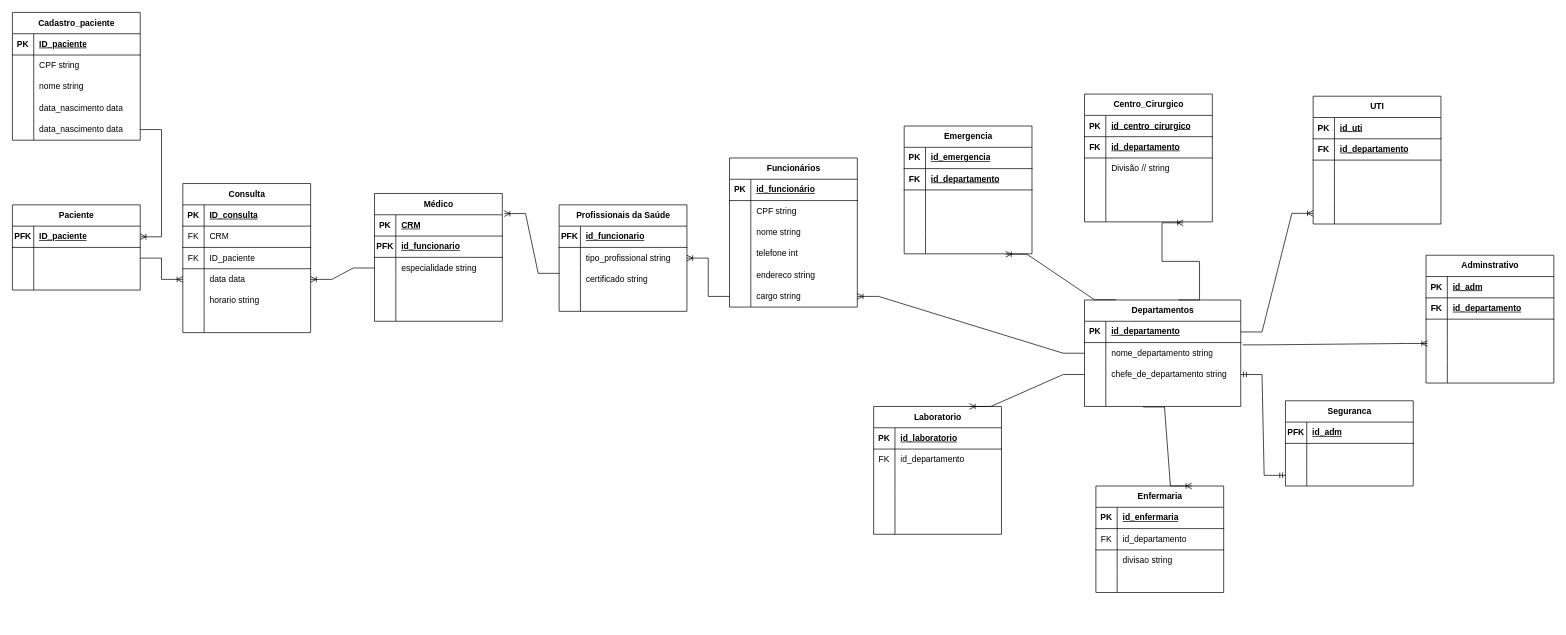
This is Modelo Relacional/Modelo Lógico.drawio from rafasilva9537/projeto_Hospital_BD, a draw.io file, before an edit. Source tidied: cells renumbered, new cells numbered last; positions are measured from the earlier drawing's top-left corner, leaving out a move shared by most shapes. Both pictures are drawn from the tidied source at 71%, with x=0, y=0 at pixel (12, 12).
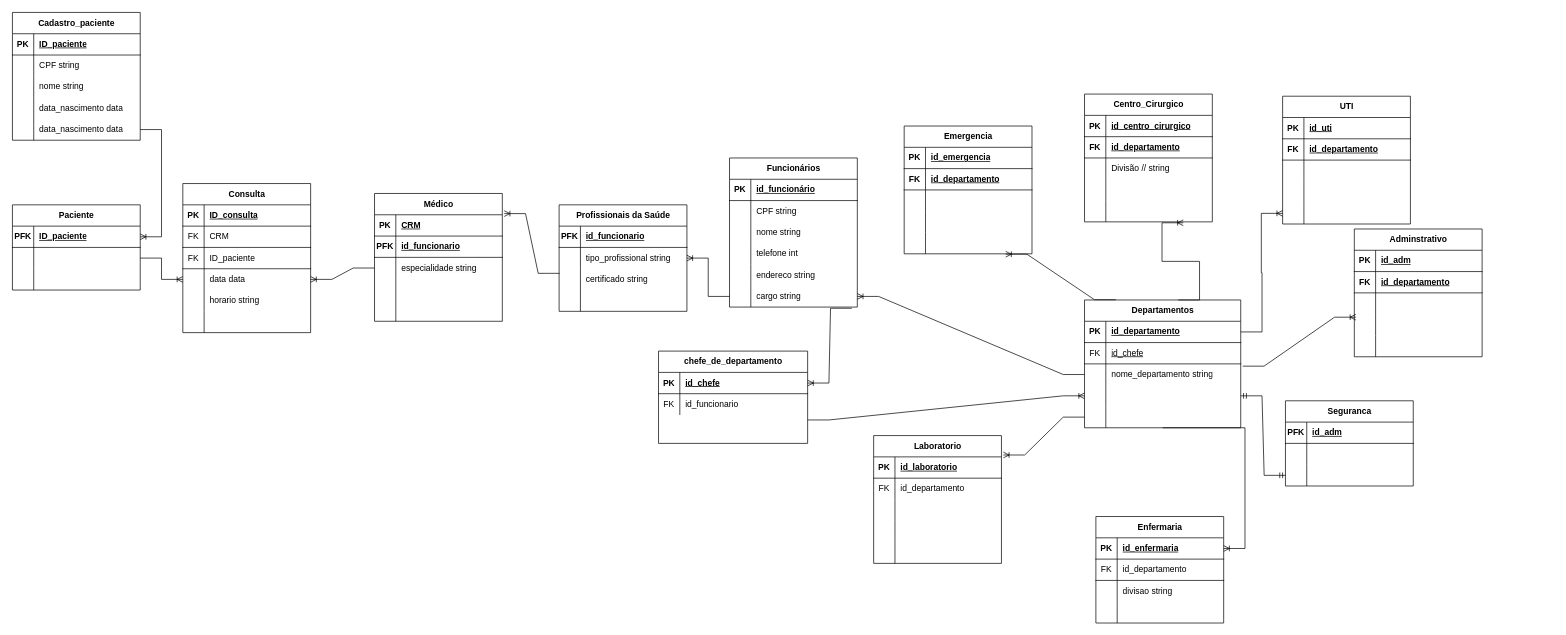
Above is the later version.

The change refers to these unchanged cells:
```xml
<mxCell id="31" style="shape=tableRow;horizontal=0;startSize=0;swimlaneHead=0;swimlaneBody=0;fillColor=none;points=[[0,0.5],[1,0.5]];portConstraint=eastwest;top=0;left=0;right=0;bottom=0;" parent="15" vertex="1">
  <mxGeometry y="180" width="180" height="30" as="geometry" />
</mxCell>
<mxCell id="51" style="shape=tableRow;horizontal=0;startSize=0;swimlaneHead=0;swimlaneBody=0;fillColor=none;points=[[0,0.5],[1,0.5]];portConstraint=eastwest;top=0;left=0;right=0;bottom=1;" parent="50" vertex="1">
  <mxGeometry y="30" width="180" height="30" as="geometry" />
</mxCell>
```

Diff of the diagram source:
```diff
@@
     <mxCell id="2" value="Departamentos" style="shape=table;startSize=30;childLayout=tableLayout;rowLines=0;fontStyle=1;align=center;html=1;" parent="1" vertex="1">
-      <mxGeometry x="1510" y="405" width="220" height="150" as="geometry" />
+      <mxGeometry x="1510" y="405" width="220" height="180" as="geometry" />
     </mxCell>
@@
+    <mxCell id="224" style="shape=tableRow;horizontal=0;startSize=0;swimlaneHead=0;swimlaneBody=0;fillColor=none;top=0;left=0;right=0;bottom=1;" parent="2" vertex="1">
+      <mxGeometry y="60" width="220" height="30" as="geometry" />
+    </mxCell>
+    <mxCell id="225" value="FK" style="shape=partialRectangle;fillColor=none;top=0;left=0;bottom=0;right=0;fontStyle=0;overflow=hidden;whiteSpace=wrap;html=1;" parent="224" vertex="1">
+      <mxGeometry width="30" height="30" as="geometry" />
+    </mxCell>
+    <mxCell id="226" value="id_chefe" style="shape=partialRectangle;fillColor=none;top=0;left=0;bottom=0;right=0;align=left;spacingLeft=6;fontStyle=4;overflow=hidden;whiteSpace=wrap;html=1;" parent="224" vertex="1">
+      <mxGeometry x="30" width="190" height="30" as="geometry" />
+    </mxCell>
     <mxCell id="6" style="shape=tableRow;horizontal=0;startSize=0;swimlaneHead=0;swimlaneBody=0;fillColor=none;points=[[0,0.5],[1,0.5]];portConstraint=eastwest;top=0;left=0;right=0;bottom=0;" parent="2" vertex="1">
-      <mxGeometry y="60" width="220" height="30" as="geometry" />
+      <mxGeometry y="90" width="220" height="30" as="geometry" />
     </mxCell>
@@
     <mxCell id="9" style="shape=tableRow;horizontal=0;startSize=0;swimlaneHead=0;swimlaneBody=0;fillColor=none;points=[[0,0.5],[1,0.5]];portConstraint=eastwest;top=0;left=0;right=0;bottom=0;" parent="2" vertex="1">
-      <mxGeometry y="90" width="220" height="30" as="geometry" />
+      <mxGeometry y="120" width="220" height="30" as="geometry" />
     </mxCell>
@@
-    <mxCell id="11" value="chefe_de_departamento string" style="shape=partialRectangle;fillColor=none;top=0;left=0;bottom=0;right=0;align=left;spacingLeft=6;overflow=hidden;whiteSpace=wrap;html=1;" parent="9" vertex="1">
+    <mxCell id="11" style="shape=partialRectangle;fillColor=none;top=0;left=0;bottom=0;right=0;align=left;spacingLeft=6;overflow=hidden;whiteSpace=wrap;html=1;" parent="9" vertex="1">
       <mxGeometry x="30" width="190" height="30" as="geometry" />
     </mxCell>
     <mxCell id="12" style="shape=tableRow;horizontal=0;startSize=0;swimlaneHead=0;swimlaneBody=0;fillColor=none;points=[[0,0.5],[1,0.5]];portConstraint=eastwest;top=0;left=0;right=0;bottom=0;" parent="2" vertex="1">
-      <mxGeometry y="120" width="220" height="30" as="geometry" />
+      <mxGeometry y="150" width="220" height="30" as="geometry" />
     </mxCell>
@@
     <mxCell id="34" value="Adminstrativo" style="shape=table;startSize=30;childLayout=tableLayout;rowLines=0;fontStyle=1;align=center;html=1;" parent="1" vertex="1">
-      <mxGeometry x="1991" y="342" width="180" height="180" as="geometry" />
+      <mxGeometry x="1890" y="305" width="180" height="180" as="geometry" />
     </mxCell>
@@
     <mxCell id="50" value="Enfermaria" style="shape=table;startSize=30;childLayout=tableLayout;rowLines=0;fontStyle=1;align=center;html=1;" parent="1" vertex="1">
-      <mxGeometry x="1526" y="667" width="180" height="150" as="geometry" />
+      <mxGeometry x="1526" y="710" width="180" height="150" as="geometry" />
     </mxCell>
@@
     <mxCell id="126" value="UTI" style="shape=table;startSize=30;childLayout=tableLayout;rowLines=0;fontStyle=1;align=center;html=1;" parent="1" vertex="1">
-      <mxGeometry x="1832" y="118" width="180" height="180" as="geometry" />
+      <mxGeometry x="1789" y="118" width="180" height="180" as="geometry" />
     </mxCell>
@@
     <mxCell id="158" value="Laboratorio" style="shape=table;startSize=30;childLayout=tableLayout;rowLines=0;fontStyle=1;align=center;html=1;" parent="1" vertex="1">
-      <mxGeometry x="1213" y="555" width="180" height="180" as="geometry" />
+      <mxGeometry x="1213" y="596" width="180" height="180" as="geometry" />
     </mxCell>
@@
-    <mxCell id="190" style="edgeStyle=entityRelationEdgeStyle;fontSize=12;html=1;endArrow=ERoneToMany;rounded=0;exitX=0.459;exitY=1.122;exitDx=0;exitDy=0;exitPerimeter=0;entryX=0.75;entryY=0;entryDx=0;entryDy=0;" parent="1" edge="1" target="50">
+    <mxCell id="190" style="edgeStyle=entityRelationEdgeStyle;fontSize=12;html=1;endArrow=ERoneToMany;rounded=0;" parent="1" edge="1" target="51">
       <mxGeometry relative="1" as="geometry">
-        <mxPoint x="1592.6" y="555.7" as="sourcePoint" />
+        <mxPoint x="1620" y="585" as="sourcePoint" />
       </mxGeometry>
     </mxCell>
@@
-    <mxCell id="204" style="edgeStyle=entityRelationEdgeStyle;fontSize=12;html=1;endArrow=ERoneToMany;rounded=0;exitX=0;exitY=0.5;exitDx=0;exitDy=0;entryX=0.75;entryY=0;entryDx=0;entryDy=0;" parent="1" edge="1" source="9" target="158">
-      <mxGeometry relative="1" as="geometry" />
+    <mxCell id="204" style="edgeStyle=entityRelationEdgeStyle;fontSize=12;html=1;endArrow=ERoneToMany;rounded=0;exitX=0;exitY=0.5;exitDx=0;exitDy=0;entryX=1.015;entryY=0.152;entryDx=0;entryDy=0;entryPerimeter=0;" parent="1" edge="1" source="12" target="158">
+      <mxGeometry relative="1" as="geometry">
+        <Array as="points">
+          <mxPoint x="1400" y="615" />
+        </Array>
+      </mxGeometry>
     </mxCell>
@@
+    <mxCell id="227" value="chefe_de_departamento" style="shape=table;startSize=30;childLayout=tableLayout;rowLines=0;fontStyle=1;align=center;html=1;" parent="1" vertex="1">
+      <mxGeometry x="910" y="477" width="210" height="130" as="geometry" />
+    </mxCell>
+    <mxCell id="228" style="shape=tableRow;horizontal=0;startSize=0;swimlaneHead=0;swimlaneBody=0;fillColor=none;points=[[0,0.5],[1,0.5]];portConstraint=eastwest;top=0;left=0;right=0;bottom=1;" parent="227" vertex="1">
+      <mxGeometry y="30" width="210" height="30" as="geometry" />
+    </mxCell>
+    <mxCell id="229" value="PK" style="shape=partialRectangle;fillColor=none;top=0;left=0;bottom=0;right=0;fontStyle=1;overflow=hidden;whiteSpace=wrap;html=1;" parent="228" vertex="1">
+      <mxGeometry width="30" height="30" as="geometry" />
+    </mxCell>
+    <mxCell id="230" value="id_chefe" style="shape=partialRectangle;fillColor=none;top=0;left=0;bottom=0;right=0;align=left;spacingLeft=6;fontStyle=5;overflow=hidden;whiteSpace=wrap;html=1;" parent="228" vertex="1">
+      <mxGeometry x="30" width="180" height="30" as="geometry" />
+    </mxCell>
+    <mxCell id="231" style="shape=tableRow;horizontal=0;startSize=0;swimlaneHead=0;swimlaneBody=0;fillColor=none;top=0;left=0;right=0;bottom=0;" parent="227" vertex="1">
+      <mxGeometry y="60" width="210" height="30" as="geometry" />
+    </mxCell>
+    <mxCell id="232" value="FK" style="shape=partialRectangle;fillColor=none;top=0;left=0;bottom=0;right=0;overflow=hidden;whiteSpace=wrap;html=1;" parent="231" vertex="1">
+      <mxGeometry width="30" height="30" as="geometry" />
+    </mxCell>
+    <mxCell id="233" value="id_funcionario" style="shape=partialRectangle;fillColor=none;top=0;left=0;bottom=0;right=0;align=left;spacingLeft=6;overflow=hidden;whiteSpace=wrap;html=1;" parent="231" vertex="1">
+      <mxGeometry x="30" width="180" height="30" as="geometry" />
+    </mxCell>
+    <mxCell id="234" style="edgeStyle=entityRelationEdgeStyle;fontSize=12;html=1;endArrow=ERoneToMany;rounded=0;entryX=1;entryY=0.5;entryDx=0;entryDy=0;exitX=0.957;exitY=1.056;exitDx=0;exitDy=0;exitPerimeter=0;" parent="1" edge="1" source="31" target="228">
+      <mxGeometry relative="1" as="geometry">
+        <Array as="points">
+          <mxPoint x="1217" y="148" />
+        </Array>
+      </mxGeometry>
+    </mxCell>
+    <mxCell id="235" style="edgeStyle=entityRelationEdgeStyle;fontSize=12;html=1;endArrow=ERoneToMany;rounded=0;entryX=0;entryY=0.5;entryDx=0;entryDy=0;exitX=1.013;exitY=0.107;exitDx=0;exitDy=0;exitPerimeter=0;" parent="1" edge="1" target="9">
+      <mxGeometry relative="1" as="geometry">
+        <mxPoint x="1120" y="574" as="sourcePoint" />
+        <Array as="points">
+          <mxPoint x="1217" y="301" />
+        </Array>
+      </mxGeometry>
+    </mxCell>
```
